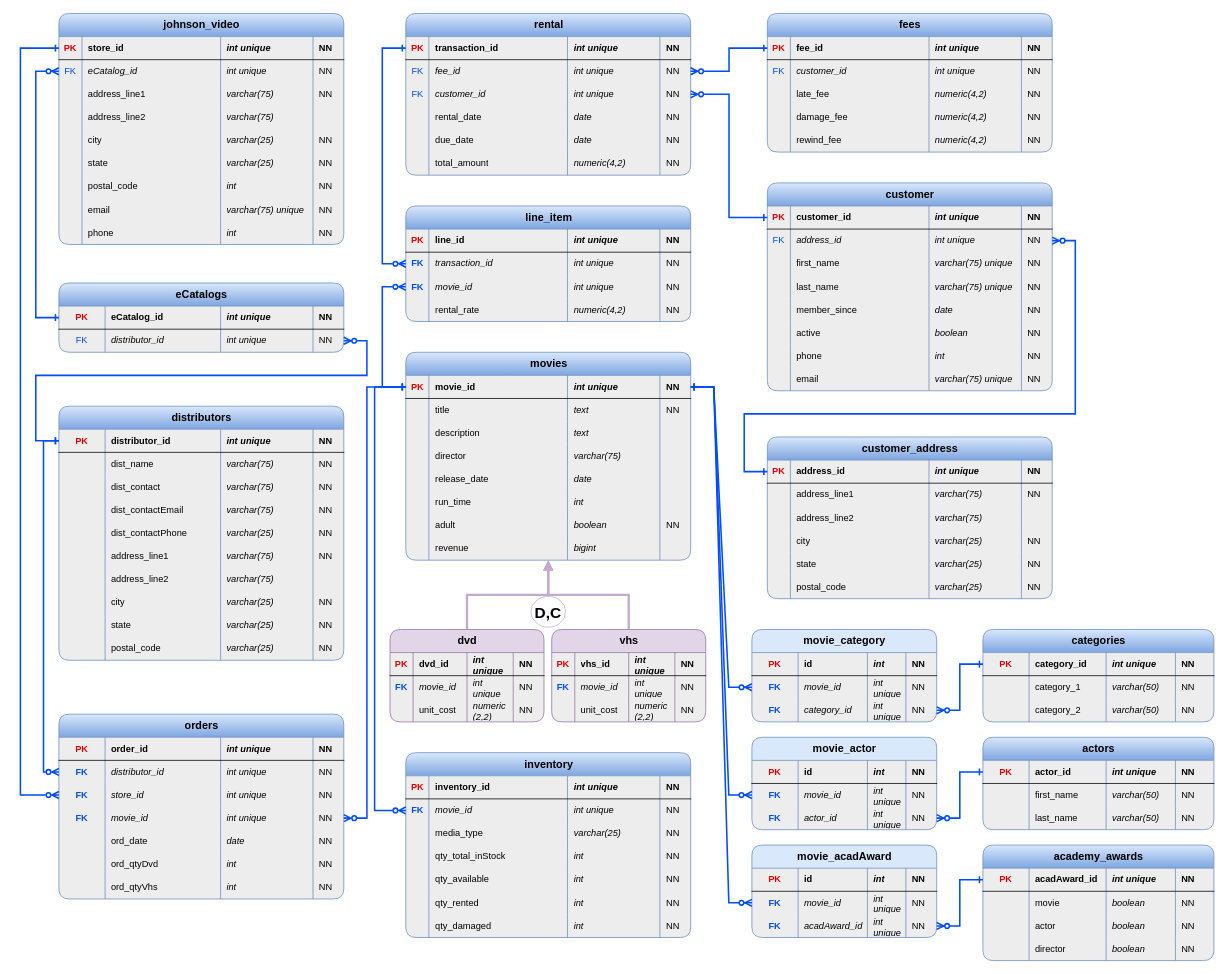
Before: mis407-ct4-portfolio-milestone.drawio in argounova/draw-io, a draw.io diagram. Source tidied: cells renumbered, new cells numbered last; positions are measured from the earlier drawing's top-left corner, leaving out a move shared by most shapes. Both pictures are drawn from the tidied source at 77%, with x=0, y=0 at pixel (20, 13).
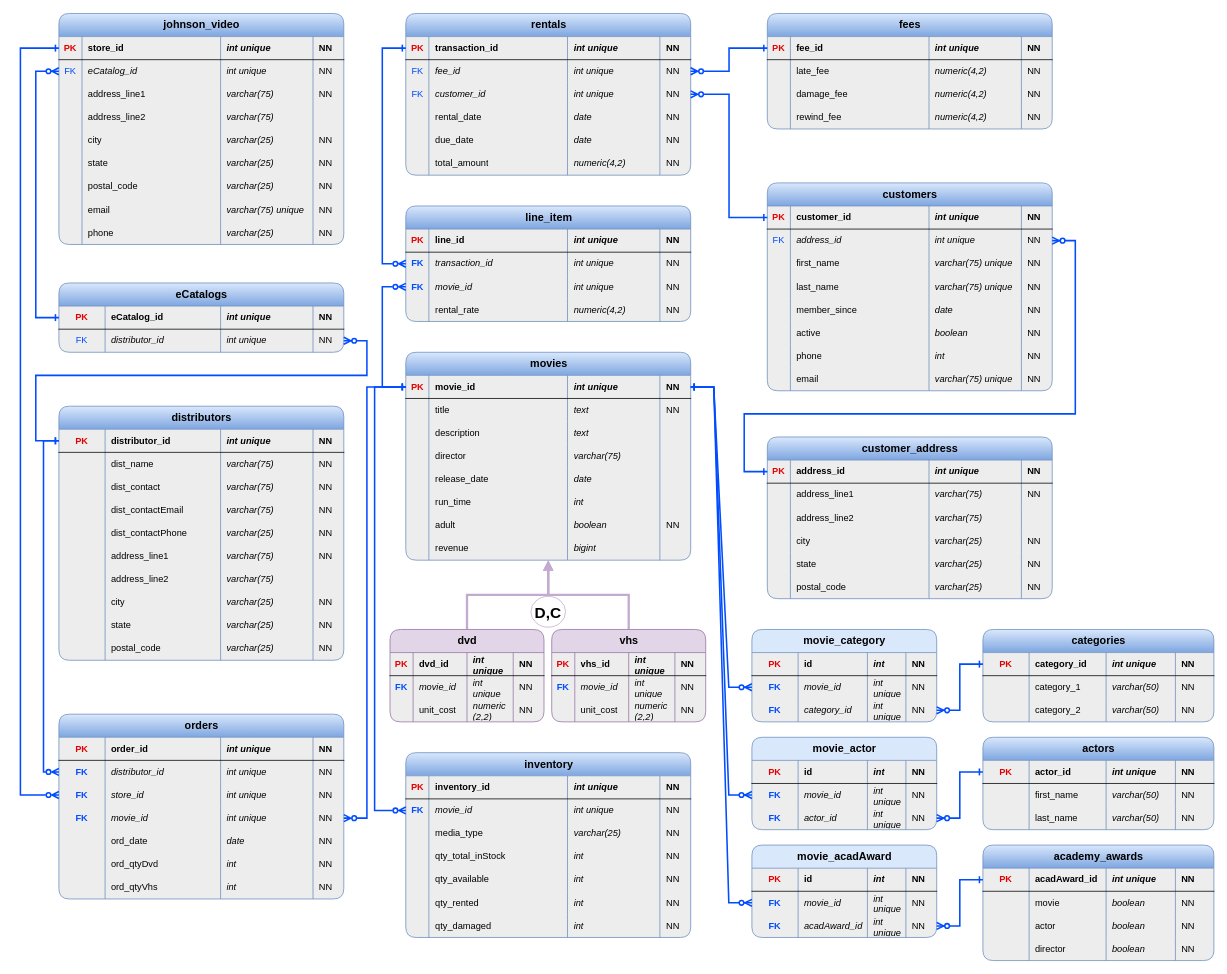
Above is the later version.

Unchanged cells that the change refers to:
```xml
<mxCell id="50" style="shape=tableRow;horizontal=0;startSize=0;swimlaneHead=0;swimlaneBody=0;fillColor=none;points=[[0,0.5],[1,0.5]];portConstraint=eastwest;top=0;left=0;right=0;bottom=0;" parent="44" vertex="1">
  <mxGeometry y="60" width="370" height="30" as="geometry" />
</mxCell>
<mxCell id="433" style="shape=tableRow;horizontal=0;startSize=0;swimlaneHead=0;swimlaneBody=0;fillColor=none;top=0;left=0;right=0;bottom=0;" parent="402" vertex="1">
  <mxGeometry y="210" width="370" height="30" as="geometry" />
</mxCell>
<mxCell id="443" style="shape=tableRow;horizontal=0;startSize=0;swimlaneHead=0;swimlaneBody=0;fillColor=none;top=0;left=0;right=0;bottom=0;" parent="402" vertex="1">
  <mxGeometry y="270" width="370" height="30" as="geometry" />
</mxCell>
```

Change to the diagram source:
```diff
@@
-    <mxCell id="2" value="rental" style="shape=table;startSize=30;childLayout=tableLayout;rowLines=0;fontStyle=1;align=center;html=1;fontSize=14;fillColor=#dae8fc;gradientColor=#7ea6e0;strokeColor=#6c8ebf;swimlaneFillColor=#EDEDED;rounded=1;shadow=0;" parent="1" vertex="1">
+    <mxCell id="2" value="rentals" style="shape=table;startSize=30;childLayout=tableLayout;rowLines=0;fontStyle=1;align=center;html=1;fontSize=14;fillColor=#dae8fc;gradientColor=#7ea6e0;strokeColor=#6c8ebf;swimlaneFillColor=#EDEDED;rounded=1;shadow=0;" parent="1" vertex="1">
       <mxGeometry x="500.5" width="370" height="210" as="geometry" />
     </mxCell>
@@
-    <mxCell id="44" value="customer" style="shape=table;startSize=30;childLayout=tableLayout;rowLines=0;fontStyle=1;align=center;html=1;fontSize=14;fillColor=#dae8fc;gradientColor=#7ea6e0;strokeColor=#6c8ebf;swimlaneFillColor=#EDEDED;rounded=1;shadow=0;" parent="1" vertex="1">
+    <mxCell id="44" value="customers" style="shape=table;startSize=30;childLayout=tableLayout;rowLines=0;fontStyle=1;align=center;html=1;fontSize=14;fillColor=#dae8fc;gradientColor=#7ea6e0;strokeColor=#6c8ebf;swimlaneFillColor=#EDEDED;rounded=1;shadow=0;" parent="1" vertex="1">
       <mxGeometry x="970" y="220" width="370" height="270" as="geometry" />
     </mxCell>
@@
-    <mxCell id="52" value="address_id" style="shape=partialRectangle;fillColor=none;top=0;left=0;bottom=0;right=0;align=left;spacingLeft=6;overflow=hidden;whiteSpace=wrap;html=1;fontStyle=2;" parent="50" vertex="1">
+    <mxCell id="52" value="address_id&amp;nbsp;" style="shape=partialRectangle;fillColor=none;top=0;left=0;bottom=0;right=0;align=left;spacingLeft=6;overflow=hidden;whiteSpace=wrap;html=1;fontStyle=2;" parent="50" vertex="1">
       <mxGeometry x="30" width="180" height="30" as="geometry" />
     </mxCell>
@@
     <mxCell id="375" value="fees" style="shape=table;startSize=30;childLayout=tableLayout;rowLines=0;fontStyle=1;align=center;html=1;fontSize=14;fillColor=#dae8fc;gradientColor=#7ea6e0;strokeColor=#6c8ebf;swimlaneFillColor=#EDEDED;rounded=1;shadow=0;" parent="1" vertex="1">
-      <mxGeometry x="970" width="370" height="180" as="geometry" />
+      <mxGeometry x="970" width="370" height="150" as="geometry" />
     </mxCell>
@@
-    <mxCell id="381" style="shape=tableRow;horizontal=0;startSize=0;swimlaneHead=0;swimlaneBody=0;fillColor=none;top=0;left=0;right=0;bottom=0;" parent="375" vertex="1">
-      <mxGeometry y="60" width="370" height="30" as="geometry" />
-    </mxCell>
-    <mxCell id="382" value="&lt;span style=&quot;color: rgb(0, 76, 255);&quot;&gt;FK&lt;/span&gt;" style="shape=partialRectangle;fillColor=none;top=0;left=0;bottom=0;right=0;overflow=hidden;whiteSpace=wrap;html=1;" parent="381" vertex="1">
-      <mxGeometry width="30" height="30" as="geometry" />
-    </mxCell>
-    <mxCell id="383" value="customer_id&amp;nbsp;" style="shape=partialRectangle;fillColor=none;top=0;left=0;bottom=0;right=0;align=left;spacingLeft=6;overflow=hidden;whiteSpace=wrap;html=1;shadow=1;fontStyle=2;" parent="381" vertex="1">
-      <mxGeometry x="30" width="180" height="30" as="geometry" />
-    </mxCell>
-    <mxCell id="384" value="int unique&amp;nbsp;" style="shape=partialRectangle;fillColor=none;top=0;left=0;bottom=0;right=0;align=left;spacingLeft=6;overflow=hidden;whiteSpace=wrap;html=1;shadow=1;fontStyle=2;" parent="381" vertex="1">
-      <mxGeometry x="210" width="120" height="30" as="geometry" />
-    </mxCell>
-    <mxCell id="385" value="NN" style="shape=partialRectangle;fillColor=none;top=0;left=0;bottom=0;right=0;align=left;spacingLeft=6;overflow=hidden;whiteSpace=wrap;html=1;shadow=1;" parent="381" vertex="1">
-      <mxGeometry x="330" width="40" height="30" as="geometry" />
-    </mxCell>
     <mxCell id="386" style="shape=tableRow;horizontal=0;startSize=0;swimlaneHead=0;swimlaneBody=0;fillColor=none;top=0;left=0;right=0;bottom=0;" parent="375" vertex="1">
-      <mxGeometry y="90" width="370" height="30" as="geometry" />
+      <mxGeometry y="60" width="370" height="30" as="geometry" />
     </mxCell>
@@
     <mxCell id="391" style="shape=tableRow;horizontal=0;startSize=0;swimlaneHead=0;swimlaneBody=0;fillColor=none;top=0;left=0;right=0;bottom=0;" parent="375" vertex="1">
-      <mxGeometry y="120" width="370" height="30" as="geometry" />
+      <mxGeometry y="90" width="370" height="30" as="geometry" />
     </mxCell>
@@
     <mxCell id="396" style="shape=tableRow;horizontal=0;startSize=0;swimlaneHead=0;swimlaneBody=0;fillColor=none;top=0;left=0;right=0;bottom=0;" parent="375" vertex="1">
-      <mxGeometry y="150" width="370" height="30" as="geometry" />
+      <mxGeometry y="120" width="370" height="30" as="geometry" />
     </mxCell>
@@
-    <mxCell id="436" value="int&amp;nbsp;" style="shape=partialRectangle;fillColor=none;top=0;left=0;bottom=0;right=0;align=left;spacingLeft=6;overflow=hidden;whiteSpace=wrap;html=1;fontStyle=2;" parent="433" vertex="1">
+    <mxCell id="436" value="varchar(25)&amp;nbsp;" style="shape=partialRectangle;fillColor=none;top=0;left=0;bottom=0;right=0;align=left;spacingLeft=6;overflow=hidden;whiteSpace=wrap;html=1;fontStyle=2;" parent="433" vertex="1">
       <mxGeometry x="210" width="120" height="30" as="geometry" />
     </mxCell>
@@
-    <mxCell id="446" value="int&amp;nbsp;" style="shape=partialRectangle;fillColor=none;top=0;left=0;bottom=0;right=0;align=left;spacingLeft=6;overflow=hidden;whiteSpace=wrap;html=1;fontStyle=2;" parent="443" vertex="1">
+    <mxCell id="446" value="varchar(25)&amp;nbsp;" style="shape=partialRectangle;fillColor=none;top=0;left=0;bottom=0;right=0;align=left;spacingLeft=6;overflow=hidden;whiteSpace=wrap;html=1;fontStyle=2;" parent="443" vertex="1">
       <mxGeometry x="210" width="120" height="30" as="geometry" />
     </mxCell>
```
